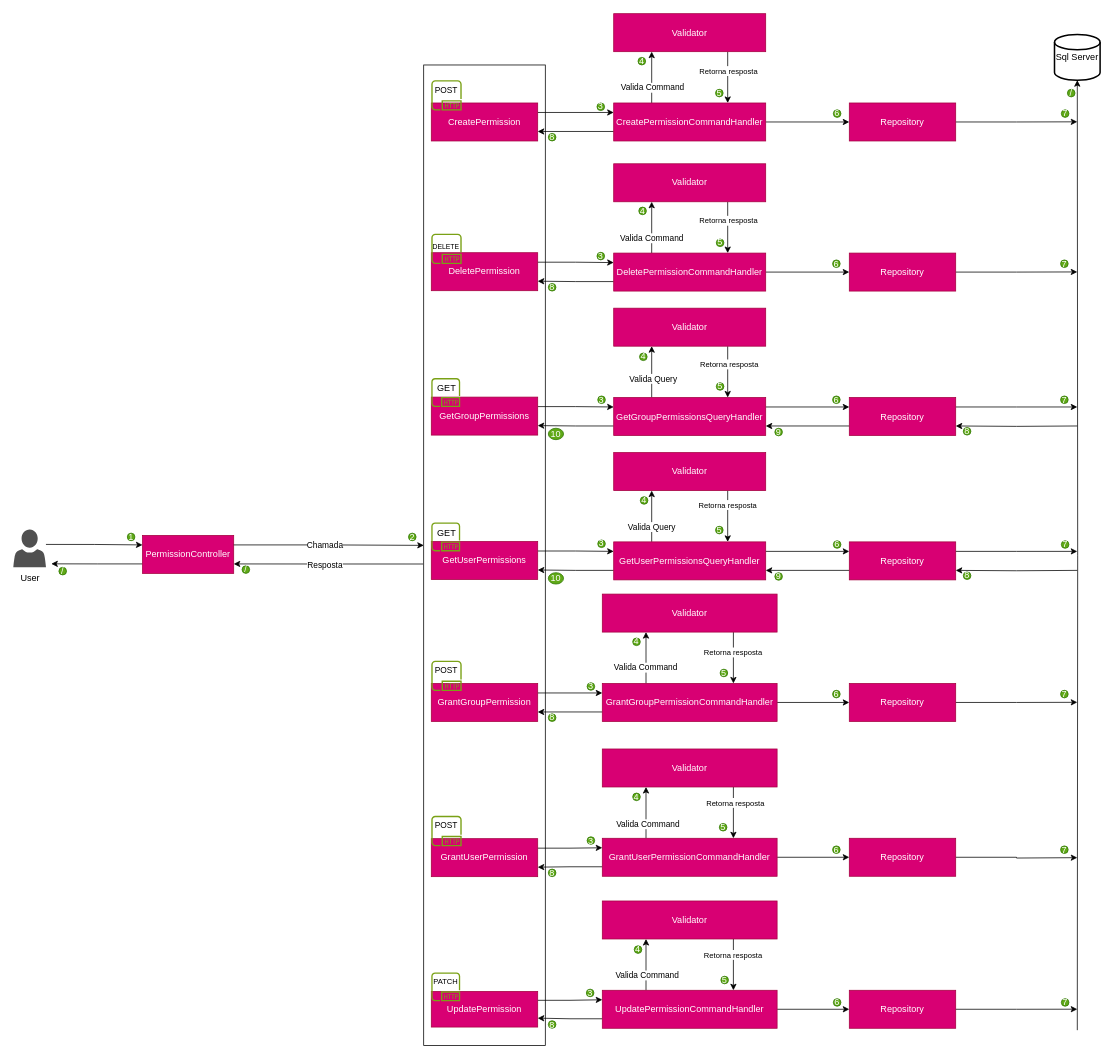
Earlier version of the draw.io diagram page "AuthService/Permission" (4 of 34) of Architecture.drawio (AlanEdward19/ShapeUp). Source tidied: cells renumbered, new cells numbered last; positions are measured from the earlier drawing's top-left corner, leaving out a move shared by most shapes. Both pictures are drawn from the tidied source at 76%, with x=0, y=0 at pixel (13, 13).
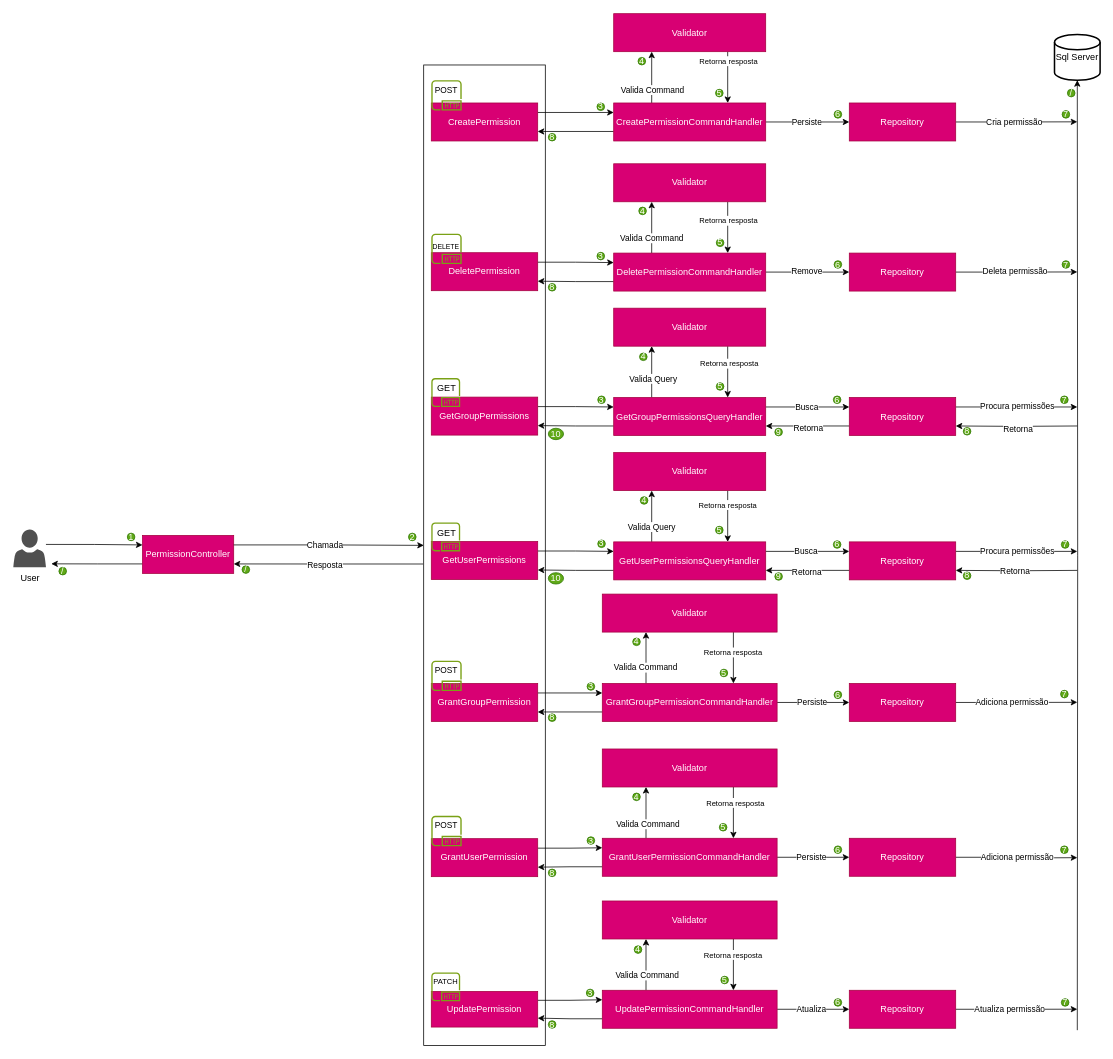
Above is the later version.

Unchanged cells that the change refers to:
```xml
<mxCell id="3" style="edgeStyle=orthogonalEdgeStyle;rounded=0;jettySize=auto;html=1;exitX=0.75;exitY=1;exitDx=0;exitDy=0;entryX=0.75;entryY=0;entryDx=0;entryDy=0;" parent="1" edge="1" source="5" target="25">
  <mxGeometry relative="1" as="geometry" />
</mxCell>
<mxCell id="21" style="edgeStyle=orthogonalEdgeStyle;rounded=0;jettySize=auto;html=1;exitX=0.25;exitY=0;exitDx=0;exitDy=0;entryX=0.25;entryY=1;entryDx=0;entryDy=0;" parent="1" edge="1" source="25" target="5">
  <mxGeometry relative="1" as="geometry" />
</mxCell>
<mxCell id="24" style="edgeStyle=orthogonalEdgeStyle;rounded=0;jettySize=auto;html=1;exitX=1;exitY=0.5;exitDx=0;exitDy=0;entryX=0;entryY=0.5;entryDx=0;entryDy=0;" parent="1" edge="1" source="25" target="28">
  <mxGeometry relative="1" as="geometry" />
</mxCell>
<mxCell id="27" style="edgeStyle=orthogonalEdgeStyle;rounded=0;jettySize=auto;html=1;exitX=1;exitY=0.5;exitDx=0;exitDy=0;" parent="1" edge="1" source="28">
  <mxGeometry relative="1" as="geometry">
    <mxPoint x="1400" y="142.8" as="targetPoint" />
  </mxGeometry>
</mxCell>
<mxCell id="34" style="edgeStyle=orthogonalEdgeStyle;rounded=0;jettySize=auto;html=1;exitX=1;exitY=0.5;exitDx=0;exitDy=0;entryX=0;entryY=0.5;entryDx=0;entryDy=0;" parent="1" edge="1" source="36" target="39">
  <mxGeometry relative="1" as="geometry" />
</mxCell>
<mxCell id="37" style="edgeStyle=orthogonalEdgeStyle;rounded=0;jettySize=auto;html=1;exitX=1;exitY=0.5;exitDx=0;exitDy=0;" parent="1" edge="1" source="39">
  <mxGeometry relative="1" as="geometry">
    <mxPoint x="1400" y="340.3" as="targetPoint" />
  </mxGeometry>
</mxCell>
<mxCell id="38" style="edgeStyle=orthogonalEdgeStyle;rounded=0;jettySize=auto;html=1;entryX=1;entryY=0.75;entryDx=0;entryDy=0;" parent="1" edge="1" target="51">
  <mxGeometry relative="1" as="geometry">
    <mxPoint x="1400" y="543" as="sourcePoint" />
  </mxGeometry>
</mxCell>
<mxCell id="41" style="edgeStyle=orthogonalEdgeStyle;rounded=0;jettySize=auto;html=1;exitX=0.75;exitY=1;exitDx=0;exitDy=0;entryX=0.75;entryY=0;entryDx=0;entryDy=0;" parent="1" edge="1" source="43" target="48">
  <mxGeometry relative="1" as="geometry" />
</mxCell>
<mxCell id="47" style="edgeStyle=orthogonalEdgeStyle;rounded=0;jettySize=auto;html=1;exitX=1;exitY=0.25;exitDx=0;exitDy=0;entryX=0;entryY=0.25;entryDx=0;entryDy=0;" parent="1" edge="1" source="48" target="51">
  <mxGeometry relative="1" as="geometry" />
</mxCell>
<mxCell id="49" style="edgeStyle=orthogonalEdgeStyle;rounded=0;jettySize=auto;html=1;exitX=0;exitY=0.75;exitDx=0;exitDy=0;entryX=1;entryY=0.75;entryDx=0;entryDy=0;" parent="1" edge="1" source="51" target="48">
  <mxGeometry relative="1" as="geometry" />
</mxCell>
<mxCell id="50" style="edgeStyle=orthogonalEdgeStyle;rounded=0;jettySize=auto;html=1;exitX=1;exitY=0.25;exitDx=0;exitDy=0;" parent="1" edge="1" source="51">
  <mxGeometry relative="1" as="geometry">
    <mxPoint x="1400" y="518" as="targetPoint" />
  </mxGeometry>
</mxCell>
<mxCell id="53" style="edgeStyle=orthogonalEdgeStyle;rounded=0;jettySize=auto;html=1;entryX=1;entryY=0.75;entryDx=0;entryDy=0;" parent="1" edge="1" target="64">
  <mxGeometry relative="1" as="geometry">
    <mxPoint x="1400" y="733" as="sourcePoint" />
  </mxGeometry>
</mxCell>
<mxCell id="60" style="edgeStyle=orthogonalEdgeStyle;rounded=0;jettySize=auto;html=1;exitX=1;exitY=0.25;exitDx=0;exitDy=0;entryX=0;entryY=0.25;entryDx=0;entryDy=0;" parent="1" edge="1" source="61" target="64">
  <mxGeometry relative="1" as="geometry" />
</mxCell>
<mxCell id="62" style="edgeStyle=orthogonalEdgeStyle;rounded=0;jettySize=auto;html=1;exitX=1;exitY=0.25;exitDx=0;exitDy=0;" parent="1" edge="1" source="64">
  <mxGeometry relative="1" as="geometry">
    <mxPoint x="1400" y="708" as="targetPoint" />
  </mxGeometry>
</mxCell>
<mxCell id="63" style="edgeStyle=orthogonalEdgeStyle;rounded=0;jettySize=auto;html=1;exitX=0;exitY=0.75;exitDx=0;exitDy=0;entryX=1;entryY=0.75;entryDx=0;entryDy=0;" parent="1" edge="1" source="64" target="61">
  <mxGeometry relative="1" as="geometry" />
</mxCell>
<mxCell id="72" style="edgeStyle=orthogonalEdgeStyle;rounded=0;jettySize=auto;html=1;exitX=1;exitY=0.5;exitDx=0;exitDy=0;entryX=0;entryY=0.5;entryDx=0;entryDy=0;" parent="1" edge="1" source="73" target="76">
  <mxGeometry relative="1" as="geometry" />
</mxCell>
<mxCell id="75" style="edgeStyle=orthogonalEdgeStyle;rounded=0;jettySize=auto;html=1;exitX=1;exitY=0.5;exitDx=0;exitDy=0;" parent="1" edge="1" source="76">
  <mxGeometry relative="1" as="geometry">
    <mxPoint x="1400" y="906.6" as="targetPoint" />
  </mxGeometry>
</mxCell>
<mxCell id="83" style="edgeStyle=orthogonalEdgeStyle;rounded=0;jettySize=auto;html=1;exitX=1;exitY=0.5;exitDx=0;exitDy=0;entryX=0;entryY=0.5;entryDx=0;entryDy=0;" parent="1" edge="1" source="84" target="86">
  <mxGeometry relative="1" as="geometry" />
</mxCell>
<mxCell id="85" style="edgeStyle=orthogonalEdgeStyle;rounded=0;jettySize=auto;html=1;exitX=1;exitY=0.5;exitDx=0;exitDy=0;" parent="1" edge="1" source="86">
  <mxGeometry relative="1" as="geometry">
    <mxPoint x="1400" y="1111" as="targetPoint" />
  </mxGeometry>
</mxCell>
<mxCell id="93" style="edgeStyle=orthogonalEdgeStyle;rounded=0;jettySize=auto;html=1;exitX=1;exitY=0.5;exitDx=0;exitDy=0;entryX=0;entryY=0.5;entryDx=0;entryDy=0;" parent="1" edge="1" source="95" target="97">
  <mxGeometry relative="1" as="geometry" />
</mxCell>
<mxCell id="96" style="edgeStyle=orthogonalEdgeStyle;rounded=0;jettySize=auto;html=1;exitX=1;exitY=0.5;exitDx=0;exitDy=0;" parent="1" edge="1" source="97">
  <mxGeometry relative="1" as="geometry">
    <mxPoint x="1400" y="1310.4" as="targetPoint" />
  </mxGeometry>
</mxCell>
```

Diff of the diagram source:
```diff
@@
     <mxCell id="4" value="&lt;span style=&quot;font-size: 10px;&quot;&gt;Retorna resposta&lt;/span&gt;" style="edgeLabel;html=1;align=center;verticalAlign=middle;" parent="3" vertex="1">
-      <mxGeometry x="-0.27" relative="1" as="geometry" />
+      <mxGeometry x="-0.27" relative="1" as="geometry">
+        <mxPoint y="-13" as="offset" />
+      </mxGeometry>
     </mxCell>
@@
     <mxCell id="22" value="Valida Command" style="edgeLabel;html=1;align=center;verticalAlign=middle;" parent="21" vertex="1">
-      <mxGeometry x="-0.37" relative="1" as="geometry" />
+      <mxGeometry x="-0.37" relative="1" as="geometry">
+        <mxPoint y="3" as="offset" />
+      </mxGeometry>
     </mxCell>
@@
+    <mxCell id="180" value="Persiste" style="edgeLabel;html=1;align=center;verticalAlign=middle;" parent="24" vertex="1">
+      <mxGeometry x="-0.17" relative="1" as="geometry">
+        <mxPoint x="7" as="offset" />
+      </mxGeometry>
+    </mxCell>
@@
+    <mxCell id="181" value="Cria permissão" style="edgeLabel;html=1;align=center;verticalAlign=middle;" parent="27" vertex="1">
+      <mxGeometry x="-0.32" relative="1" as="geometry">
+        <mxPoint x="21" y="-1" as="offset" />
+      </mxGeometry>
+    </mxCell>
@@
+    <mxCell id="182" value="Remove" style="edgeLabel;html=1;align=center;verticalAlign=middle;" parent="34" vertex="1">
+      <mxGeometry x="-0.31" relative="1" as="geometry">
+        <mxPoint x="15" y="-1" as="offset" />
+      </mxGeometry>
+    </mxCell>
@@
+    <mxCell id="183" value="Deleta permissão" style="edgeLabel;html=1;align=center;verticalAlign=middle;" parent="37" vertex="1">
+      <mxGeometry x="-0.18" relative="1" as="geometry">
+        <mxPoint x="11" y="-1" as="offset" />
+      </mxGeometry>
+    </mxCell>
@@
+    <mxCell id="184" value="Retorna" style="edgeLabel;html=1;align=center;verticalAlign=middle;" parent="38" vertex="1">
+      <mxGeometry x="0.19" y="2" relative="1" as="geometry">
+        <mxPoint x="16" y="1" as="offset" />
+      </mxGeometry>
+    </mxCell>
@@
     <mxCell id="42" value="&lt;span style=&quot;font-size: 10px;&quot;&gt;Retorna resposta&lt;/span&gt;" style="edgeLabel;html=1;align=center;verticalAlign=middle;" parent="41" vertex="1">
-      <mxGeometry x="-0.31" y="1" relative="1" as="geometry" />
+      <mxGeometry x="-0.31" y="1" relative="1" as="geometry">
+        <mxPoint y="-1" as="offset" />
+      </mxGeometry>
     </mxCell>
@@
+    <mxCell id="185" value="Busca" style="edgeLabel;html=1;align=center;verticalAlign=middle;" parent="47" vertex="1">
+      <mxGeometry x="-0.18" y="-1" relative="1" as="geometry">
+        <mxPoint x="8" y="-2" as="offset" />
+      </mxGeometry>
+    </mxCell>
@@
+    <mxCell id="186" value="Retorna" style="edgeLabel;html=1;align=center;verticalAlign=middle;" parent="49" vertex="1">
+      <mxGeometry x="0.12" y="1" relative="1" as="geometry">
+        <mxPoint x="7" y="1" as="offset" />
+      </mxGeometry>
+    </mxCell>
@@
+    <mxCell id="187" value="Procura permissões" style="edgeLabel;html=1;align=center;verticalAlign=middle;" parent="50" vertex="1">
+      <mxGeometry x="-0.3" y="3" relative="1" as="geometry">
+        <mxPoint x="24" y="1" as="offset" />
+      </mxGeometry>
+    </mxCell>
@@
+    <mxCell id="188" value="Retorna" style="edgeLabel;html=1;align=center;verticalAlign=middle;" parent="53" vertex="1">
+      <mxGeometry x="0.07" relative="1" as="geometry">
+        <mxPoint x="3" as="offset" />
+      </mxGeometry>
+    </mxCell>
@@
+    <mxCell id="189" value="Busca" style="edgeLabel;html=1;align=center;verticalAlign=middle;" parent="60" vertex="1">
+      <mxGeometry x="-0.07" y="1" relative="1" as="geometry">
+        <mxPoint x="1" as="offset" />
+      </mxGeometry>
+    </mxCell>
@@
+    <mxCell id="190" value="Procura permissões" style="edgeLabel;html=1;align=center;verticalAlign=middle;" parent="62" vertex="1">
+      <mxGeometry x="-0.17" y="2" relative="1" as="geometry">
+        <mxPoint x="13" y="1" as="offset" />
+      </mxGeometry>
+    </mxCell>
@@
+    <mxCell id="191" value="Retorna" style="edgeLabel;html=1;align=center;verticalAlign=middle;" parent="63" vertex="1">
+      <mxGeometry x="0.12" y="-2" relative="1" as="geometry">
+        <mxPoint x="5" y="3" as="offset" />
+      </mxGeometry>
+    </mxCell>
@@
+    <mxCell id="192" value="Persiste" style="edgeLabel;html=1;align=center;verticalAlign=middle;" parent="72" vertex="1">
+      <mxGeometry x="-0.28" relative="1" as="geometry">
+        <mxPoint x="11" as="offset" />
+      </mxGeometry>
+    </mxCell>
@@
+    <mxCell id="193" value="Adiciona permissão" style="edgeLabel;html=1;align=center;verticalAlign=middle;" parent="75" vertex="1">
+      <mxGeometry x="-0.27" y="1" relative="1" as="geometry">
+        <mxPoint x="14" as="offset" />
+      </mxGeometry>
+    </mxCell>
@@
+    <mxCell id="194" value="Persiste" style="edgeLabel;html=1;align=center;verticalAlign=middle;" parent="83" vertex="1">
+      <mxGeometry x="-0.38" y="1" relative="1" as="geometry">
+        <mxPoint x="15" y="1" as="offset" />
+      </mxGeometry>
+    </mxCell>
@@
+    <mxCell id="195" value="Adiciona permissão" style="edgeLabel;html=1;align=center;verticalAlign=middle;" parent="85" vertex="1">
+      <mxGeometry x="-0.44" y="1" relative="1" as="geometry">
+        <mxPoint x="35" y="1" as="offset" />
+      </mxGeometry>
+    </mxCell>
@@
+    <mxCell id="196" value="Atualiza" style="edgeLabel;html=1;align=center;verticalAlign=middle;" parent="93" vertex="1">
+      <mxGeometry x="-0.32" y="-1" relative="1" as="geometry">
+        <mxPoint x="12" y="-2" as="offset" />
+      </mxGeometry>
+    </mxCell>
@@
+    <mxCell id="197" value="Atualiza permissão" style="edgeLabel;html=1;align=center;verticalAlign=middle;" parent="96" vertex="1">
+      <mxGeometry x="-0.19" relative="1" as="geometry">
+        <mxPoint x="5" as="offset" />
+      </mxGeometry>
+    </mxCell>
@@
     <mxCell id="143" value="6" style="ellipse;whiteSpace=wrap;html=1;fillColor=#60a917;fontColor=#ffffff;strokeColor=#2D7600;" parent="1" vertex="1">
-      <mxGeometry x="1079" y="1296.5" width="10" height="10" as="geometry" />
+      <mxGeometry x="1080" y="1296.5" width="10" height="10" as="geometry" />
     </mxCell>
@@
     <mxCell id="157" value="6" style="ellipse;whiteSpace=wrap;html=1;fillColor=#60a917;fontColor=#ffffff;strokeColor=#2D7600;" parent="1" vertex="1">
-      <mxGeometry x="1078" y="1095.5" width="10" height="10" as="geometry" />
+      <mxGeometry x="1080" y="1095.5" width="10" height="10" as="geometry" />
     </mxCell>
@@
     <mxCell id="159" value="6" style="ellipse;whiteSpace=wrap;html=1;fillColor=#60a917;fontColor=#ffffff;strokeColor=#2D7600;" parent="1" vertex="1">
-      <mxGeometry x="1078" y="890.8" width="10" height="10" as="geometry" />
+      <mxGeometry x="1080" y="891.8" width="10" height="10" as="geometry" />
     </mxCell>
@@
     <mxCell id="163" value="6" style="ellipse;whiteSpace=wrap;html=1;fillColor=#60a917;fontColor=#ffffff;strokeColor=#2D7600;" parent="1" vertex="1">
-      <mxGeometry x="1078" y="503.5" width="10" height="10" as="geometry" />
+      <mxGeometry x="1079" y="503.5" width="10" height="10" as="geometry" />
     </mxCell>
@@
     <mxCell id="165" value="6" style="ellipse;whiteSpace=wrap;html=1;fillColor=#60a917;fontColor=#ffffff;strokeColor=#2D7600;" parent="1" vertex="1">
-      <mxGeometry x="1078" y="324.5" width="10" height="10" as="geometry" />
+      <mxGeometry x="1080" y="325.5" width="10" height="10" as="geometry" />
     </mxCell>
     <mxCell id="166" value="7" style="ellipse;whiteSpace=wrap;html=1;fillColor=#60a917;fontColor=#ffffff;strokeColor=#2D7600;" parent="1" vertex="1">
-      <mxGeometry x="1378" y="324.5" width="10" height="10" as="geometry" />
+      <mxGeometry x="1380" y="325.5" width="10" height="10" as="geometry" />
     </mxCell>
     <mxCell id="167" value="6" style="ellipse;whiteSpace=wrap;html=1;fillColor=#60a917;fontColor=#ffffff;strokeColor=#2D7600;" parent="1" vertex="1">
-      <mxGeometry x="1079" y="127" width="10" height="10" as="geometry" />
+      <mxGeometry x="1080" y="128" width="10" height="10" as="geometry" />
     </mxCell>
     <mxCell id="168" value="7" style="ellipse;whiteSpace=wrap;html=1;fillColor=#60a917;fontColor=#ffffff;strokeColor=#2D7600;" parent="1" vertex="1">
-      <mxGeometry x="1379" y="127" width="10" height="10" as="geometry" />
+      <mxGeometry x="1380" y="128" width="10" height="10" as="geometry" />
     </mxCell>
```
